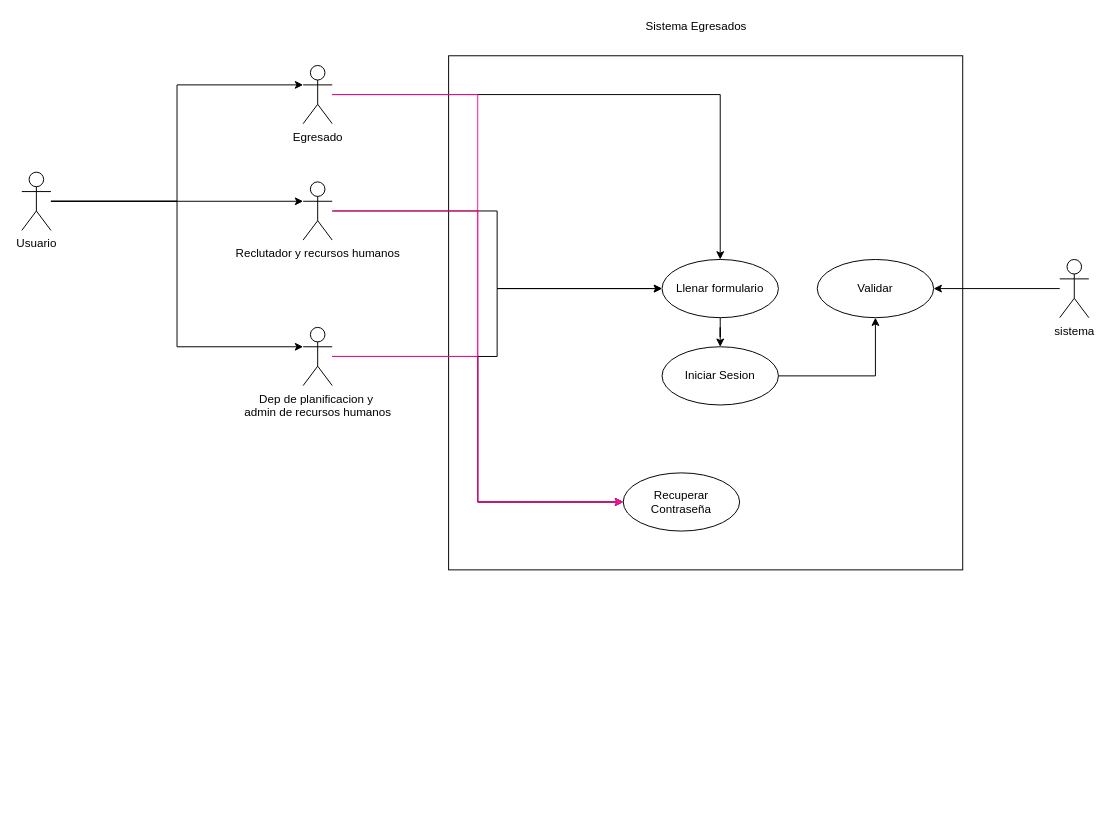
Earlier version of the draw.io diagram page "Modulo Login" (2 of 5) of Modelo datos.drawio (Jslquintero/Seguimiento-Egresados). Source tidied: cells renumbered, new cells numbered last; positions are measured from the earlier drawing's top-left corner, leaving out a move shared by most shapes. Both pictures are drawn from the tidied source at 97%, with x=0, y=0 at pixel (21, 16).
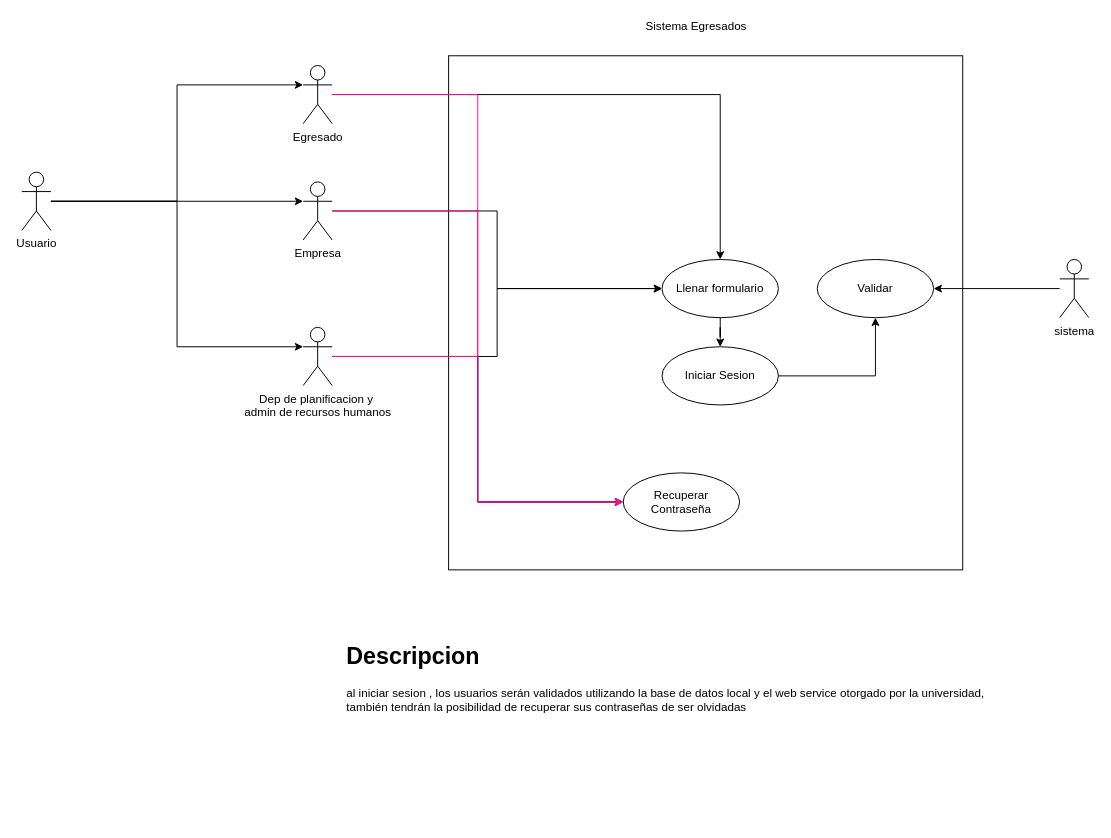
The same page after the edit.

What changed in the source:
```diff
@@
-    <mxCell id="8" value="Reclutador y recursos humanos" style="shape=umlActor;verticalLabelPosition=bottom;verticalAlign=top;html=1;outlineConnect=0;" parent="1" vertex="1">
+    <mxCell id="8" value="Empresa" style="shape=umlActor;verticalLabelPosition=bottom;verticalAlign=top;html=1;outlineConnect=0;" parent="1" vertex="1">
       <mxGeometry x="290" y="170" width="30" height="60" as="geometry" />
     </mxCell>
@@
+    <mxCell id="26" value="&lt;h1&gt;Descripcion&lt;/h1&gt;&lt;p&gt;al iniciar sesion , los usuarios serán validados utilizando la base de datos local y el web service otorgado por la universidad, también tendrán la posibilidad de recuperar sus contraseñas de ser olvidadas&lt;/p&gt;" style="text;html=1;strokeColor=none;fillColor=none;spacing=5;spacingTop=-20;whiteSpace=wrap;overflow=hidden;rounded=0;" parent="1" vertex="1">
+      <mxGeometry x="330" y="640" width="681" height="190" as="geometry" />
+    </mxCell>
```
